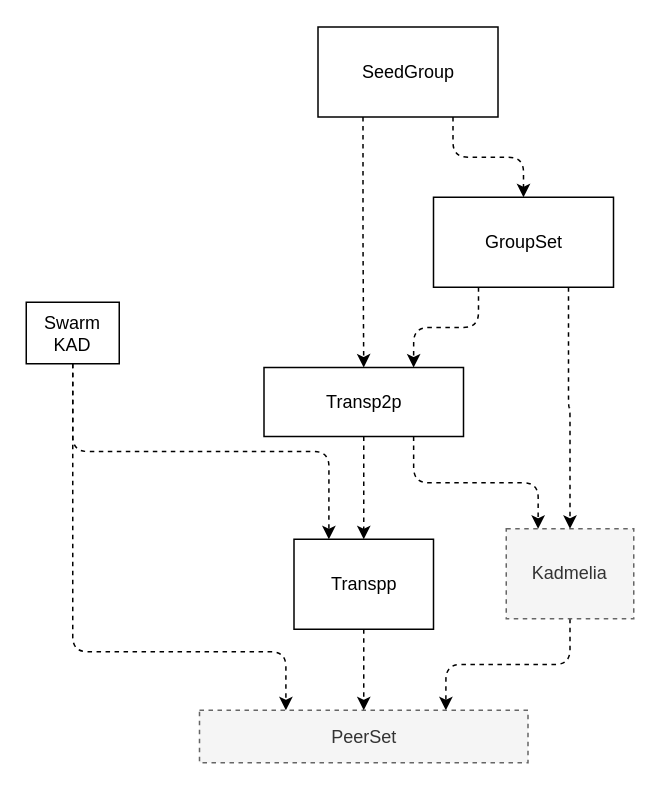
plotozhu/PynxDoc keeps this draw.io diagram as page "Page-5" (5 of 7) of 改造设计说明/system.drawio. Above is the earlier version. Source tidied: cells renumbered, new cells numbered last; positions are measured from the earlier drawing's top-left corner, leaving out a move shared by most shapes. Both pictures are drawn from the tidied source at 150%, with x=0, y=0 at pixel (26, 26).
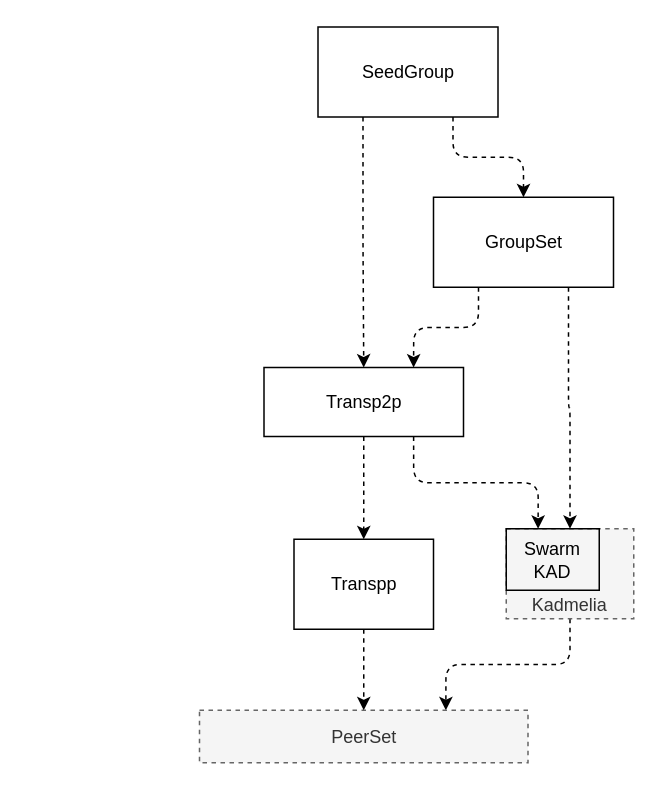
Above is the later version.

The change refers to these unchanged cells:
```xml
<mxCell id="4" value="PeerSet" style="rounded=0;whiteSpace=wrap;html=1;strokeColor=#666666;fillColor=#f5f5f5;align=center;dashed=1;fontColor=#333333;" parent="1" vertex="1">
  <mxGeometry x="115.5" y="456" width="219" height="35" as="geometry" />
</mxCell>
<mxCell id="6" value="Transpp" style="rounded=0;whiteSpace=wrap;html=1;strokeColor=#000000;fillColor=none;align=center;" parent="1" vertex="1">
  <mxGeometry x="178.5" y="342" width="93" height="60" as="geometry" />
</mxCell>
```

What changed in the source:
```diff
@@
-    <mxCell id="3" value="Kadmelia" style="rounded=0;whiteSpace=wrap;html=1;strokeColor=#666666;fillColor=#f5f5f5;align=center;dashed=1;fontColor=#333333;" parent="1" vertex="1">
+    <mxCell id="3" value="Kadmelia" style="rounded=0;whiteSpace=wrap;html=1;strokeColor=#666666;fillColor=#f5f5f5;align=center;dashed=1;fontColor=#333333;verticalAlign=bottom;" parent="1" vertex="1">
       <mxGeometry x="320" y="335" width="85" height="60" as="geometry" />
     </mxCell>
@@
-    <mxCell id="10" style="edgeStyle=orthogonalEdgeStyle;rounded=1;jettySize=auto;html=1;exitX=0.5;exitY=1;exitDx=0;exitDy=0;entryX=0.25;entryY=0;entryDx=0;entryDy=0;dashed=1;startArrow=none;startFill=0;endArrow=classic;endFill=1;" parent="1" edge="1" source="11" target="6">
-      <mxGeometry relative="1" as="geometry" />
-    </mxCell>
     <mxCell id="11" value="Swarm KAD" style="rounded=0;whiteSpace=wrap;html=1;strokeColor=#000000;fillColor=none;align=center;" parent="1" vertex="1">
-      <mxGeometry y="184" width="62" height="41" as="geometry" />
+      <mxGeometry x="320" y="335" width="62" height="41" as="geometry" />
     </mxCell>
-    <mxCell id="12" style="endArrow=classic;dashed=1;html=1;endFill=1;exitX=0.5;exitY=1;exitDx=0;exitDy=0;entryX=0.263;entryY=0;entryDx=0;entryDy=0;entryPerimeter=0;edgeStyle=orthogonalEdgeStyle;" parent="1" edge="1" source="11" target="4">
-      <mxGeometry relative="1" as="geometry">
-        <Array as="points">
-          <mxPoint x="31" y="417" />
-          <mxPoint x="173" y="417" />
-        </Array>
-      </mxGeometry>
-    </mxCell>
```
